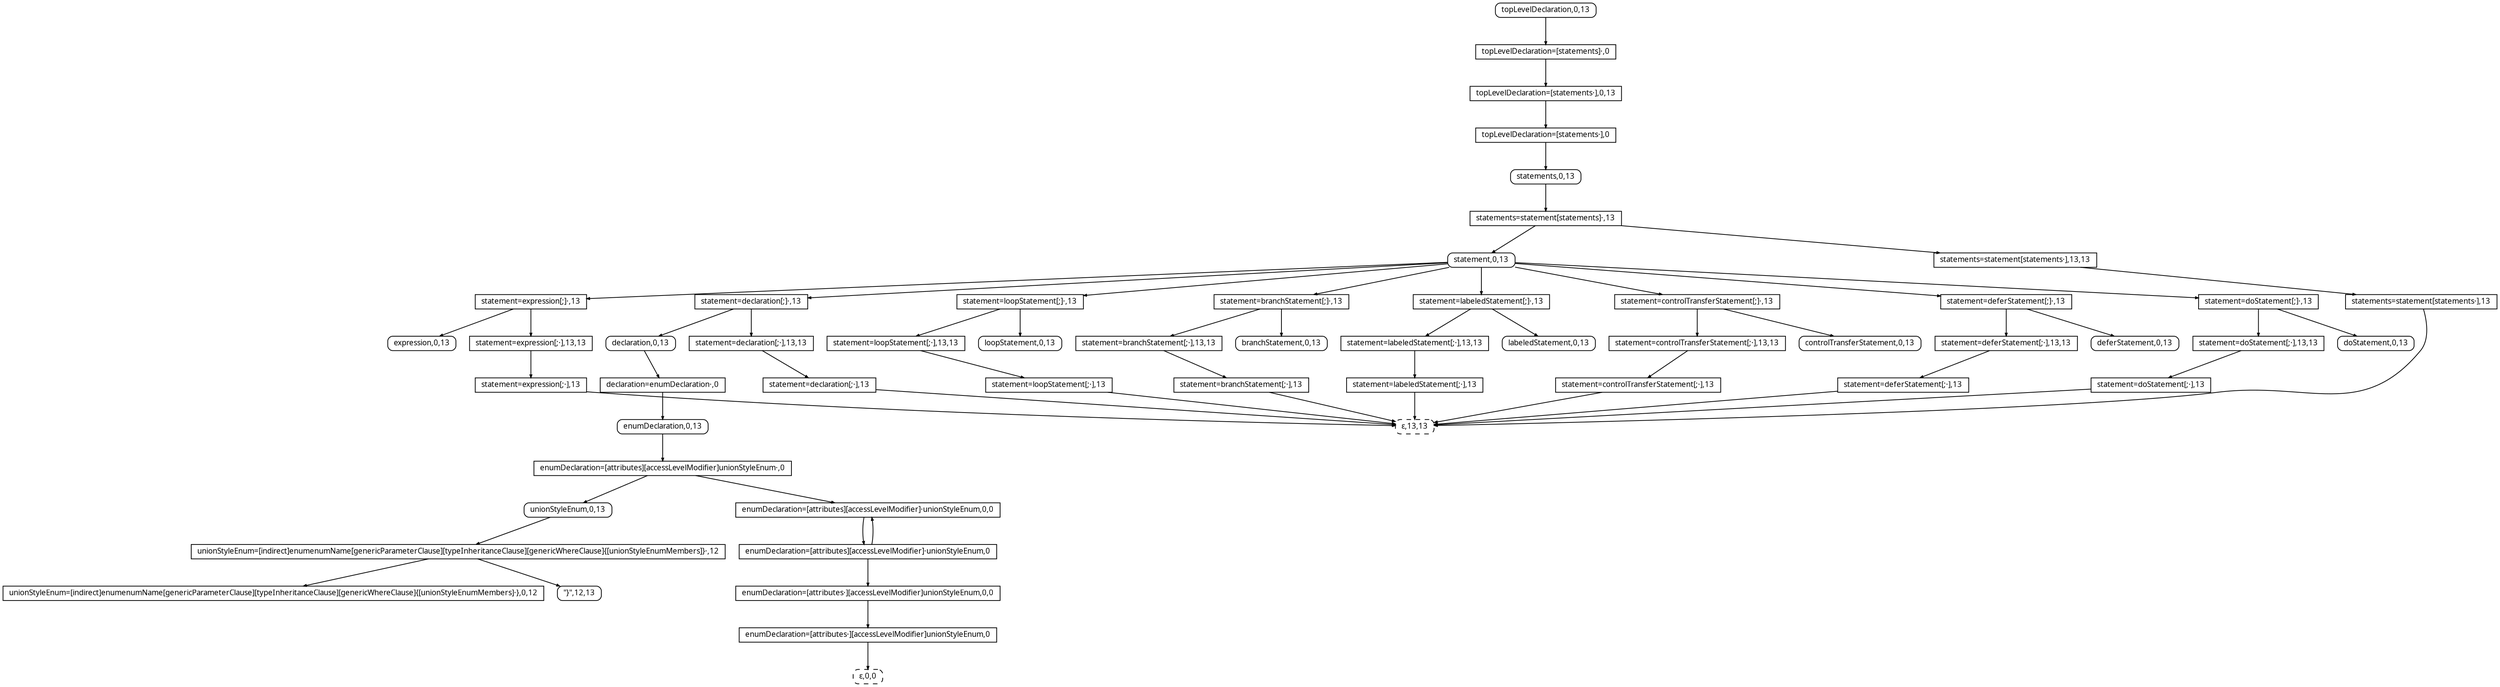
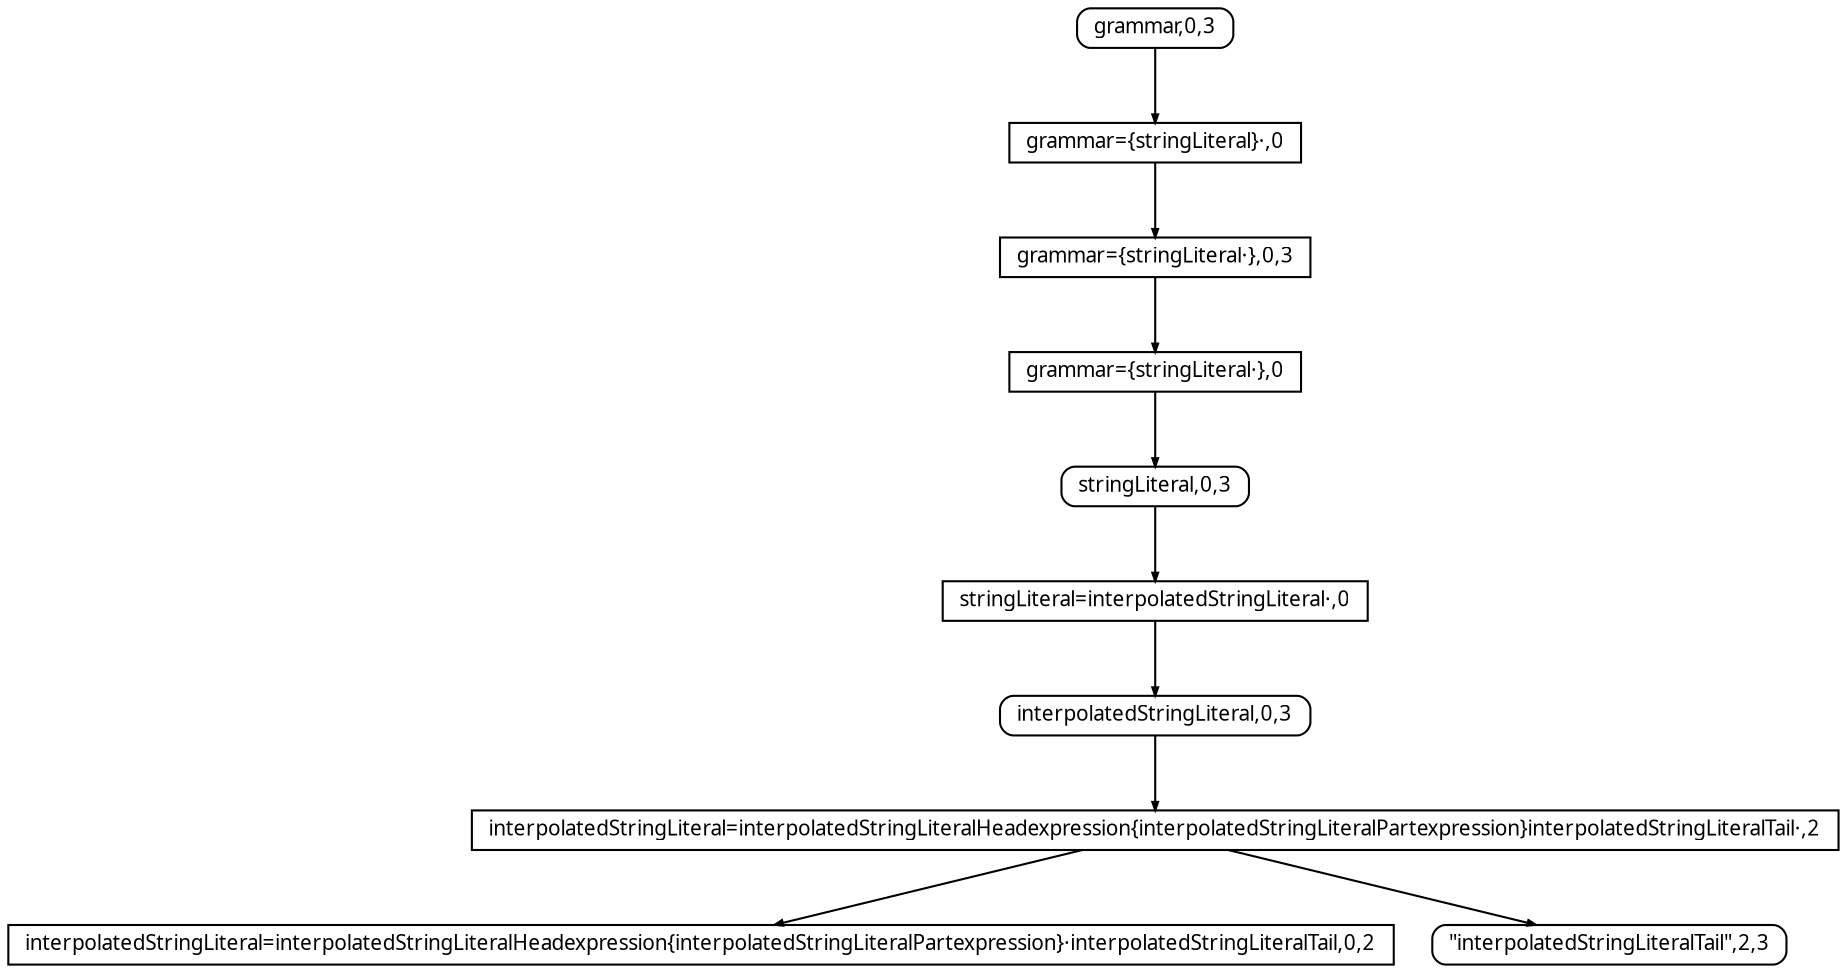
digraph SPPF {
  fontname = Menlo
  fontsize = 10
  node [fontname = Menlo, fontsize = 10]
  edge [arrowsize = 0.4]
  rankdir = "TB"
  ordering = out
-   n0 [shape = box, style = rounded, width=0.0, height=0.0, label = <topLevelDeclaration,0,13>]
-   n1 [shape = rectangle, width=0.0, height=0.0, label = "topLevelDeclaration=[statements]·,0"]
-   n2 [shape = rectangle, width=0.0, height=0.0, label = <topLevelDeclaration=[statements·],0,13>]
-   n3 [shape = rectangle, width=0.0, height=0.0, label = "topLevelDeclaration=[statements·],0"]
-   n4 [shape = box, style = rounded, width=0.0, height=0.0, label = <statements,0,13>]
-   n5 [shape = rectangle, width=0.0, height=0.0, label = "statements=statement[statements]·,13"]
-   n6 [shape = rectangle, width=0.0, height=0.0, label = <statements=statement[statements·],13,13>]
-   n7 [shape = box, style = rounded, width=0.0, height=0.0, label = <statement,0,13>]
-   n8 [shape = rectangle, width=0.0, height=0.0, label = "statements=statement[statements·],13"]
-   n9 [shape = rectangle, width=0.0, height=0.0, label = "statement=expression[;]·,13"]
-   n10 [shape = rectangle, width=0.0, height=0.0, label = "statement=declaration[;]·,13"]
-   n11 [shape = rectangle, width=0.0, height=0.0, label = "statement=loopStatement[;]·,13"]
-   n12 [shape = rectangle, width=0.0, height=0.0, label = "statement=branchStatement[;]·,13"]
-   n13 [shape = rectangle, width=0.0, height=0.0, label = "statement=labeledStatement[;]·,13"]
-   n14 [shape = rectangle, width=0.0, height=0.0, label = "statement=controlTransferStatement[;]·,13"]
-   n15 [shape = rectangle, width=0.0, height=0.0, label = "statement=deferStatement[;]·,13"]
-   n16 [shape = rectangle, width=0.0, height=0.0, label = "statement=doStatement[;]·,13"]
-   n17 [shape = box, style = "rounded, dashed", width=0.0, height=0.0, label = <ε,13,13>]
-   n18 [shape = rectangle, width=0.0, height=0.0, label = <statement=expression[;·],13,13>]
-   n19 [shape = box, style = rounded, width=0.0, height=0.0, label = <expression,0,13>]
-   n20 [shape = rectangle, width=0.0, height=0.0, label = <statement=declaration[;·],13,13>]
-   n21 [shape = box, style = rounded, width=0.0, height=0.0, label = <declaration,0,13>]
-   n22 [shape = rectangle, width=0.0, height=0.0, label = <statement=loopStatement[;·],13,13>]
-   n23 [shape = box, style = rounded, width=0.0, height=0.0, label = <loopStatement,0,13>]
-   n24 [shape = rectangle, width=0.0, height=0.0, label = <statement=branchStatement[;·],13,13>]
-   n25 [shape = box, style = rounded, width=0.0, height=0.0, label = <branchStatement,0,13>]
-   n26 [shape = rectangle, width=0.0, height=0.0, label = <statement=labeledStatement[;·],13,13>]
-   n27 [shape = box, style = rounded, width=0.0, height=0.0, label = <labeledStatement,0,13>]
-   n28 [shape = rectangle, width=0.0, height=0.0, label = <statement=controlTransferStatement[;·],13,13>]
-   n29 [shape = box, style = rounded, width=0.0, height=0.0, label = <controlTransferStatement,0,13>]
-   n30 [shape = rectangle, width=0.0, height=0.0, label = <statement=deferStatement[;·],13,13>]
-   n31 [shape = box, style = rounded, width=0.0, height=0.0, label = <deferStatement,0,13>]
-   n32 [shape = rectangle, width=0.0, height=0.0, label = <statement=doStatement[;·],13,13>]
-   n33 [shape = box, style = rounded, width=0.0, height=0.0, label = <doStatement,0,13>]
-   n34 [shape = rectangle, width=0.0, height=0.0, label = "statement=expression[;·],13"]
-   n35 [shape = rectangle, width=0.0, height=0.0, label = "statement=declaration[;·],13"]
-   n36 [shape = rectangle, width=0.0, height=0.0, label = "declaration=enumDeclaration·,0"]
-   n37 [shape = rectangle, width=0.0, height=0.0, label = "statement=loopStatement[;·],13"]
-   n38 [shape = rectangle, width=0.0, height=0.0, label = "statement=branchStatement[;·],13"]
-   n39 [shape = rectangle, width=0.0, height=0.0, label = "statement=labeledStatement[;·],13"]
-   n40 [shape = rectangle, width=0.0, height=0.0, label = "statement=controlTransferStatement[;·],13"]
-   n41 [shape = rectangle, width=0.0, height=0.0, label = "statement=deferStatement[;·],13"]
-   n42 [shape = rectangle, width=0.0, height=0.0, label = "statement=doStatement[;·],13"]
-   n43 [shape = box, style = rounded, width=0.0, height=0.0, label = <enumDeclaration,0,13>]
-   n44 [shape = rectangle, width=0.0, height=0.0, label = "enumDeclaration=[attributes][accessLevelModifier]unionStyleEnum·,0"]
-   n45 [shape = box, style = rounded, width=0.0, height=0.0, label = <unionStyleEnum,0,13>]
-   n46 [shape = rectangle, width=0.0, height=0.0, label = <enumDeclaration=[attributes][accessLevelModifier]·unionStyleEnum,0,0>]
-   n47 [shape = rectangle, width=0.0, height=0.0, label = "unionStyleEnum=[indirect]enumenumName[genericParameterClause][typeInheritanceClause][genericWhereClause]{[unionStyleEnumMembers]}·,12"]
-   n48 [shape = rectangle, width=0.0, height=0.0, label = "enumDeclaration=[attributes][accessLevelModifier]·unionStyleEnum,0"]
-   n49 [shape = box, style = rounded, width=0.0, height=0.0, label = <"}",12,13>]
-   n50 [shape = rectangle, width=0.0, height=0.0, label = <unionStyleEnum=[indirect]enumenumName[genericParameterClause][typeInheritanceClause][genericWhereClause]{[unionStyleEnumMembers]·},0,12>]
-   n51 [shape = rectangle, width=0.0, height=0.0, label = <enumDeclaration=[attributes·][accessLevelModifier]unionStyleEnum,0,0>]
-   n52 [shape = rectangle, width=0.0, height=0.0, label = "enumDeclaration=[attributes·][accessLevelModifier]unionStyleEnum,0"]
-   n53 [shape = box, style = "rounded, dashed", width=0.0, height=0.0, label = <ε,0,0>]
+   n0 [shape = box, style = rounded, width=0.0, height=0.0, label = <grammar,0,3>]
+   n1 [shape = rectangle, width=0.0, height=0.0, label = "grammar={stringLiteral}·,0"]
+   n2 [shape = rectangle, width=0.0, height=0.0, label = <grammar={stringLiteral·},0,3>]
+   n3 [shape = rectangle, width=0.0, height=0.0, label = "grammar={stringLiteral·},0"]
+   n4 [shape = box, style = rounded, width=0.0, height=0.0, label = <stringLiteral,0,3>]
+   n5 [shape = rectangle, width=0.0, height=0.0, label = "stringLiteral=interpolatedStringLiteral·,0"]
+   n6 [shape = box, style = rounded, width=0.0, height=0.0, label = <interpolatedStringLiteral,0,3>]
+   n7 [shape = rectangle, width=0.0, height=0.0, label = "interpolatedStringLiteral=interpolatedStringLiteralHeadexpression{interpolatedStringLiteralPartexpression}interpolatedStringLiteralTail·,2"]
+   n8 [shape = box, style = rounded, width=0.0, height=0.0, label = <"interpolatedStringLiteralTail",2,3>]
+   n9 [shape = rectangle, width=0.0, height=0.0, label = <interpolatedStringLiteral=interpolatedStringLiteralHeadexpression{interpolatedStringLiteralPartexpression}·interpolatedStringLiteralTail,0,2>]
  n0 -> n1
  n1 -> n2
  n2 -> n3
  n3 -> n4
  n4 -> n5
-   n5 -> n7
  n5 -> n6
-   n6 -> n8
+   n6 -> n7
  n7 -> n9
-   n7 -> n10
-   n7 -> n11
-   n7 -> n12
-   n7 -> n13
-   n7 -> n14
-   n7 -> n15
-   n7 -> n16
-   n8 -> n17
-   n9 -> n19
-   n9 -> n18
-   n10 -> n21
-   n10 -> n20
-   n11 -> n23
-   n11 -> n22
-   n12 -> n25
-   n12 -> n24
-   n13 -> n27
-   n13 -> n26
-   n14 -> n29
-   n14 -> n28
-   n15 -> n31
-   n15 -> n30
-   n16 -> n33
-   n16 -> n32
-   n18 -> n34
-   n20 -> n35
-   n21 -> n36
-   n22 -> n37
-   n24 -> n38
-   n26 -> n39
-   n28 -> n40
-   n30 -> n41
-   n32 -> n42
-   n34 -> n17
-   n35 -> n17
-   n36 -> n43
-   n37 -> n17
-   n38 -> n17
-   n39 -> n17
-   n40 -> n17
-   n41 -> n17
-   n42 -> n17
-   n43 -> n44
-   n44 -> n45
-   n44 -> n46
-   n45 -> n47
-   n46 -> n48
-   n47 -> n50
-   n47 -> n49
-   n48 -> n46
-   n48 -> n51
-   n51 -> n52
-   n52 -> n53
+   n7 -> n8
}
